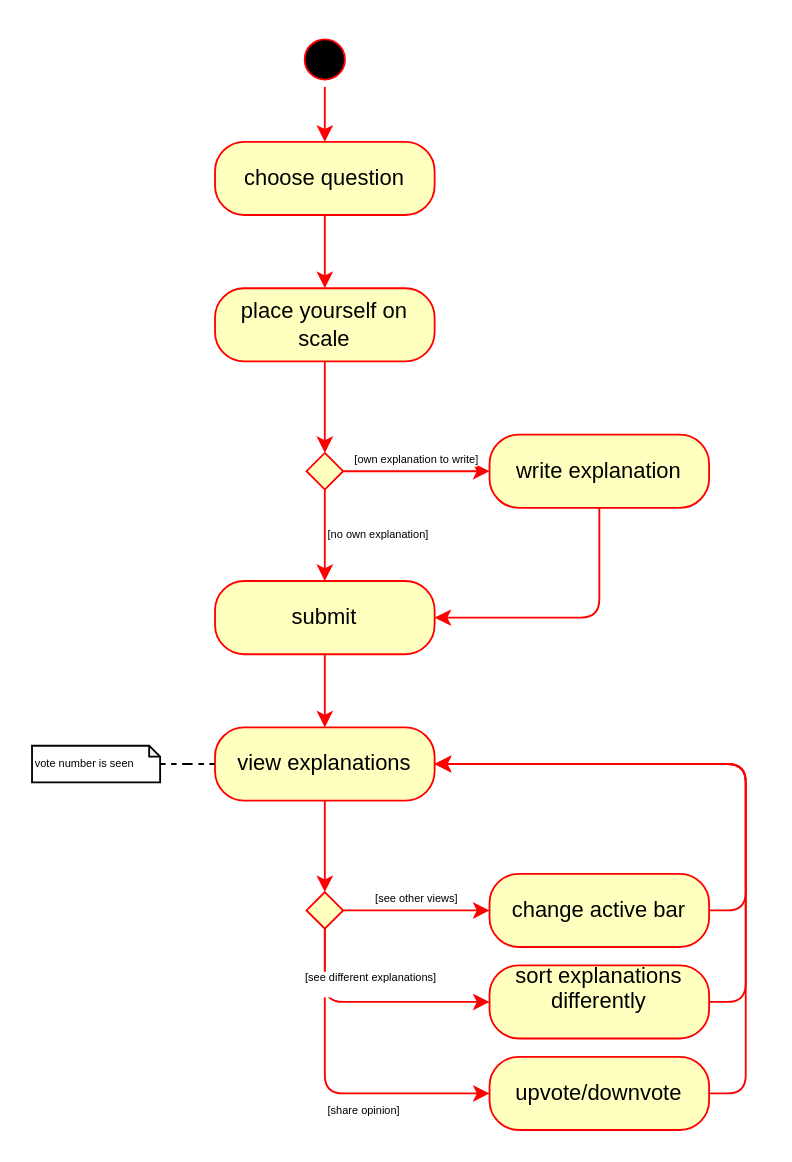
Before: page "Basic Upvote/Downvote" (4 of 7) of diagrams/userflow.drawio in GabrielKP/vice-versa, a draw.io diagram. Source tidied: cells renumbered, new cells numbered last; positions are measured from the earlier drawing's top-left corner, leaving out a move shared by most shapes. Both pictures are drawn from the tidied source at 183%, with x=0, y=0 at pixel (31, 31).
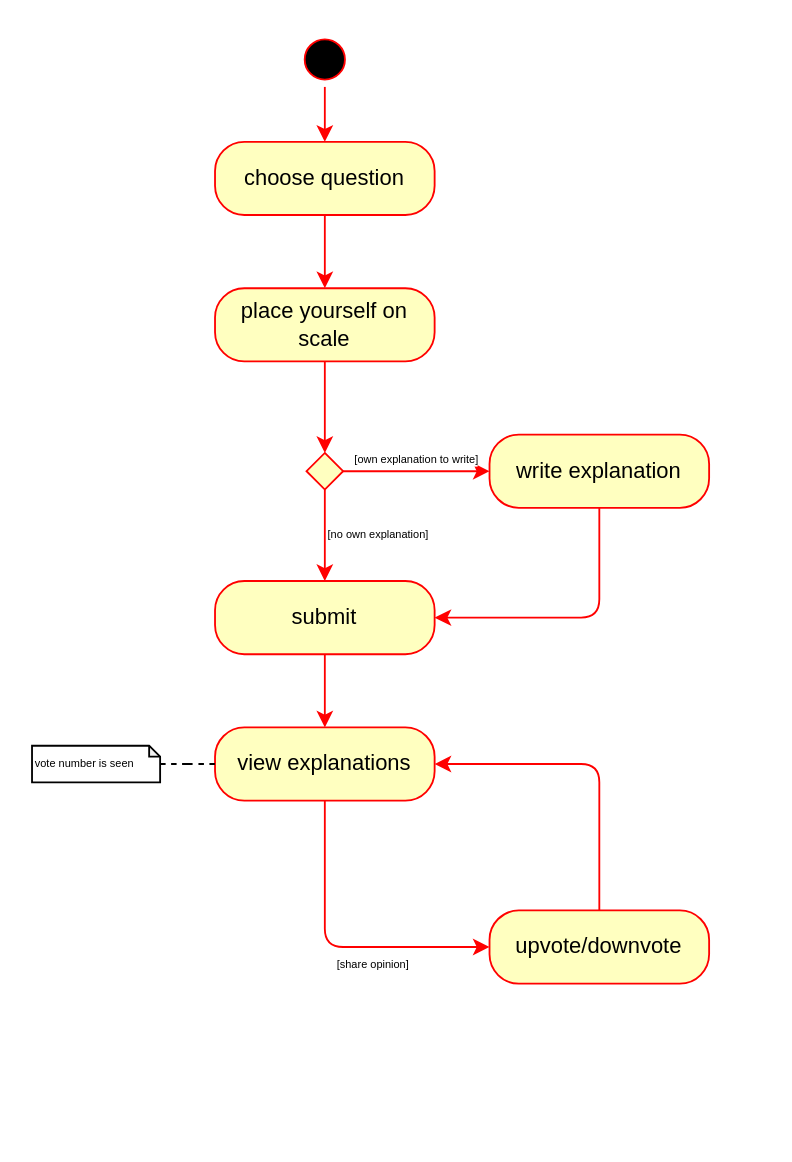
The same page after the edit.

Commit message (it also covers changes not shown here):
quick and dirty addition view explanations

Unchanged cells that the change refers to:
```xml
<mxCell id="15" value="view explanations" style="rounded=1;whiteSpace=wrap;html=1;arcSize=40;fontColor=#000000;fillColor=#ffffc0;strokeColor=#ff0000;" parent="1" vertex="1">
  <mxGeometry x="100" y="380" width="120" height="40" as="geometry" />
</mxCell>
```

Change to the diagram source:
```diff
@@
-    <mxCell id="14" style="edgeStyle=orthogonalEdgeStyle;rounded=1;jettySize=auto;html=1;strokeColor=#FF0000;fontSize=6;align=left;" parent="1" edge="1" source="15" target="19">
-      <mxGeometry relative="1" as="geometry" />
-    </mxCell>
@@
-    <mxCell id="16" value="[share opinion] " style="edgeStyle=orthogonalEdgeStyle;rounded=1;jettySize=auto;html=1;strokeColor=#FF0000;fontSize=6;align=left;entryX=0;entryY=0.5;entryDx=0;entryDy=0;exitX=0.5;exitY=1;exitDx=0;exitDy=0;verticalAlign=top;" parent="1" edge="1" source="19" target="21">
+    <mxCell id="16" value="[share opinion] " style="edgeStyle=orthogonalEdgeStyle;rounded=1;jettySize=auto;html=1;strokeColor=#FF0000;fontSize=6;align=left;entryX=0;entryY=0.5;entryDx=0;entryDy=0;exitX=0.5;exitY=1;exitDx=0;exitDy=0;verticalAlign=top;" parent="1" edge="1" source="15" target="21">
       <mxGeometry relative="1" as="geometry" />
     </mxCell>
-    <mxCell id="17" value="&lt;div&gt;[see different explanations]&lt;/div&gt;&lt;div&gt;&lt;br&gt;&lt;/div&gt;" style="edgeStyle=orthogonalEdgeStyle;rounded=1;jettySize=auto;html=1;entryX=0;entryY=0.5;entryDx=0;entryDy=0;strokeColor=#FF0000;fontSize=6;align=center;exitX=0.5;exitY=1;exitDx=0;exitDy=0;verticalAlign=bottom;" parent="1" edge="1" source="19" target="23">
-      <mxGeometry relative="1" as="geometry" />
-    </mxCell>
-    <mxCell id="18" value="&lt;div&gt;[see other views]&lt;/div&gt;" style="edgeStyle=orthogonalEdgeStyle;rounded=1;jettySize=auto;html=1;entryX=0;entryY=0.5;entryDx=0;entryDy=0;strokeColor=#FF0000;fontSize=6;align=center;verticalAlign=bottom;" parent="1" edge="1" source="19" target="25">
-      <mxGeometry relative="1" as="geometry" />
-    </mxCell>
-    <mxCell id="19" style="rhombus;whiteSpace=wrap;html=1;fillColor=#ffffc0;strokeColor=#ff0000;" parent="1" vertex="1">
-      <mxGeometry x="150" y="470" width="20" height="20" as="geometry" />
-    </mxCell>
-    <mxCell id="20" style="edgeStyle=orthogonalEdgeStyle;rounded=1;jettySize=auto;html=1;entryX=1;entryY=0.5;entryDx=0;entryDy=0;strokeColor=#FF0000;fontSize=6;align=left;exitX=1;exitY=0.5;exitDx=0;exitDy=0;" parent="1" edge="1" source="21" target="15">
+    <mxCell id="20" style="edgeStyle=orthogonalEdgeStyle;rounded=1;jettySize=auto;html=1;entryX=1;entryY=0.5;entryDx=0;entryDy=0;strokeColor=#FF0000;fontSize=6;align=left;exitX=0.5;exitY=0;exitDx=0;exitDy=0;" parent="1" edge="1" source="21" target="15">
       <mxGeometry relative="1" as="geometry" />
     </mxCell>
     <mxCell id="21" value="upvote/downvote" style="rounded=1;whiteSpace=wrap;html=1;arcSize=40;fontColor=#000000;fillColor=#ffffc0;strokeColor=#ff0000;" parent="1" vertex="1">
-      <mxGeometry x="250" y="560" width="120" height="40" as="geometry" />
+      <mxGeometry x="250" y="480" width="120" height="40" as="geometry" />
     </mxCell>
-    <mxCell id="22" style="edgeStyle=orthogonalEdgeStyle;rounded=1;jettySize=auto;html=1;entryX=1;entryY=0.5;entryDx=0;entryDy=0;strokeColor=#FF0000;fontSize=6;align=left;exitX=1;exitY=0.5;exitDx=0;exitDy=0;" parent="1" edge="1" source="23" target="15">
-      <mxGeometry relative="1" as="geometry" />
-    </mxCell>
-    <mxCell id="23" value="&lt;div&gt;sort explanations differently&lt;/div&gt;&lt;div&gt;&lt;br&gt;&lt;/div&gt;" style="rounded=1;whiteSpace=wrap;html=1;arcSize=40;fontColor=#000000;fillColor=#ffffc0;strokeColor=#ff0000;" parent="1" vertex="1">
-      <mxGeometry x="250" y="510" width="120" height="40" as="geometry" />
-    </mxCell>
-    <mxCell id="24" style="edgeStyle=orthogonalEdgeStyle;rounded=1;jettySize=auto;html=1;entryX=1;entryY=0.5;entryDx=0;entryDy=0;strokeColor=#FF0000;fontSize=6;align=left;exitX=1;exitY=0.5;exitDx=0;exitDy=0;" parent="1" edge="1" source="25" target="15">
-      <mxGeometry relative="1" as="geometry" />
-    </mxCell>
-    <mxCell id="25" value="change active bar" style="rounded=1;whiteSpace=wrap;html=1;arcSize=40;fontColor=#000000;fillColor=#ffffc0;strokeColor=#ff0000;" parent="1" vertex="1">
-      <mxGeometry x="250" y="460" width="120" height="40" as="geometry" />
-    </mxCell>
```
